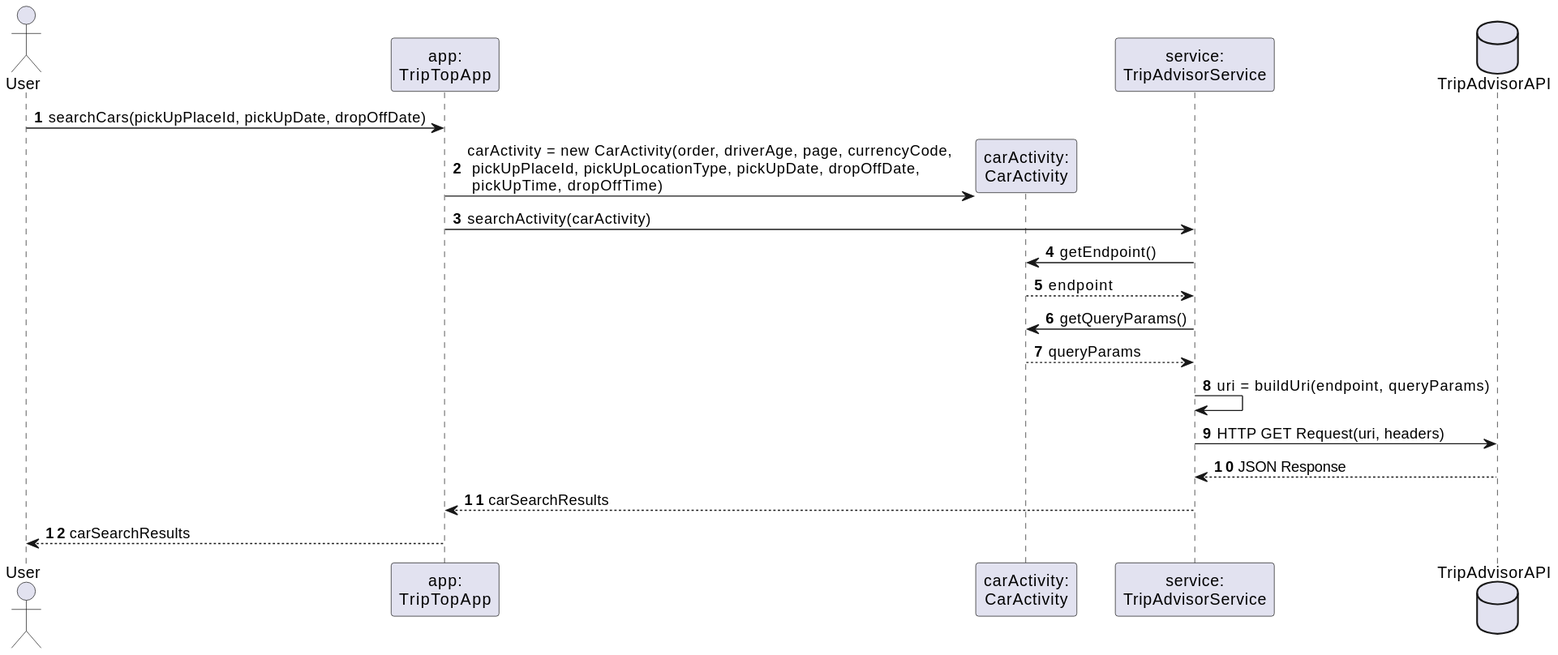
The PlantUML diagram software-guidebook/resources/car-rental-search-sequence-diagram.svg in AIM-ENE-feb25/triptop-groep-b3, before a commit. Source of this version:
```plantuml
@startuml
autonumber

actor User
participant "app:\nTripTopApp" as app
participant "carActivity:\nCarActivity" as carActivity
participant "service:\nTripAdvisorService" as service
database "TripAdvisorAPI" as api

User -> app: searchCars(pickUpPlaceId, pickUpDate, dropOffDate)

create carActivity
app -> carActivity: carActivity = new CarActivity(order, driverAge, page, currencyCode, \n pickUpPlaceId, pickUpLocationType, pickUpDate, dropOffDate, \n pickUpTime, dropOffTime)

app -> service: searchActivity(carActivity)
service -> carActivity: getEndpoint()
carActivity --> service: endpoint

service -> carActivity: getQueryParams()
carActivity --> service: queryParams

service -> service: uri = buildUri(endpoint, queryParams)

service -> api: HTTP GET Request(uri, headers)
api --> service: JSON Response

service --> app: carSearchResults
User <-- app: carSearchResults
@enduml
```
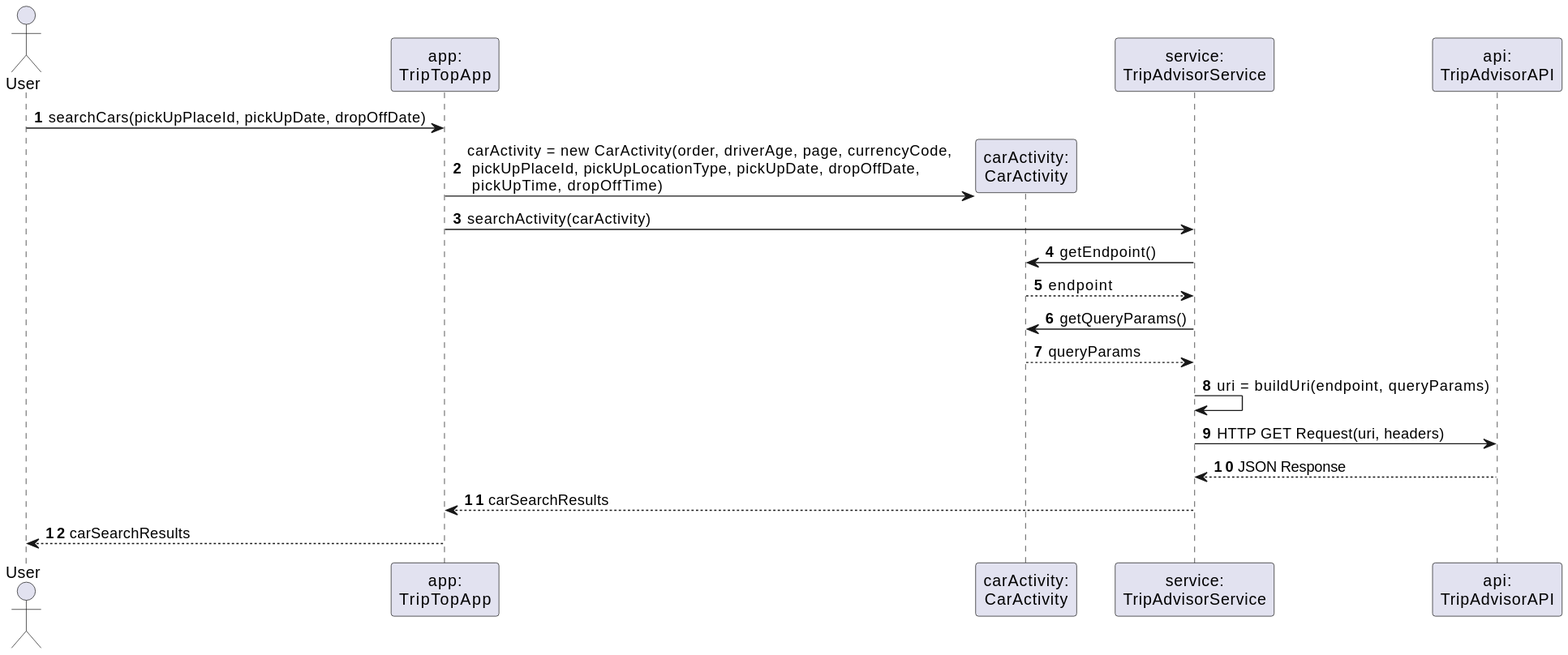
The same diagram one commit later.

Change to the diagram source:
```diff
@@ -5,7 +5,7 @@
 participant "app:\nTripTopApp" as app
 participant "carActivity:\nCarActivity" as carActivity
 participant "service:\nTripAdvisorService" as service
-database "TripAdvisorAPI" as api
+participant "api:\nTripAdvisorAPI" as api
 
 User -> app: searchCars(pickUpPlaceId, pickUpDate, dropOffDate)
 
```
